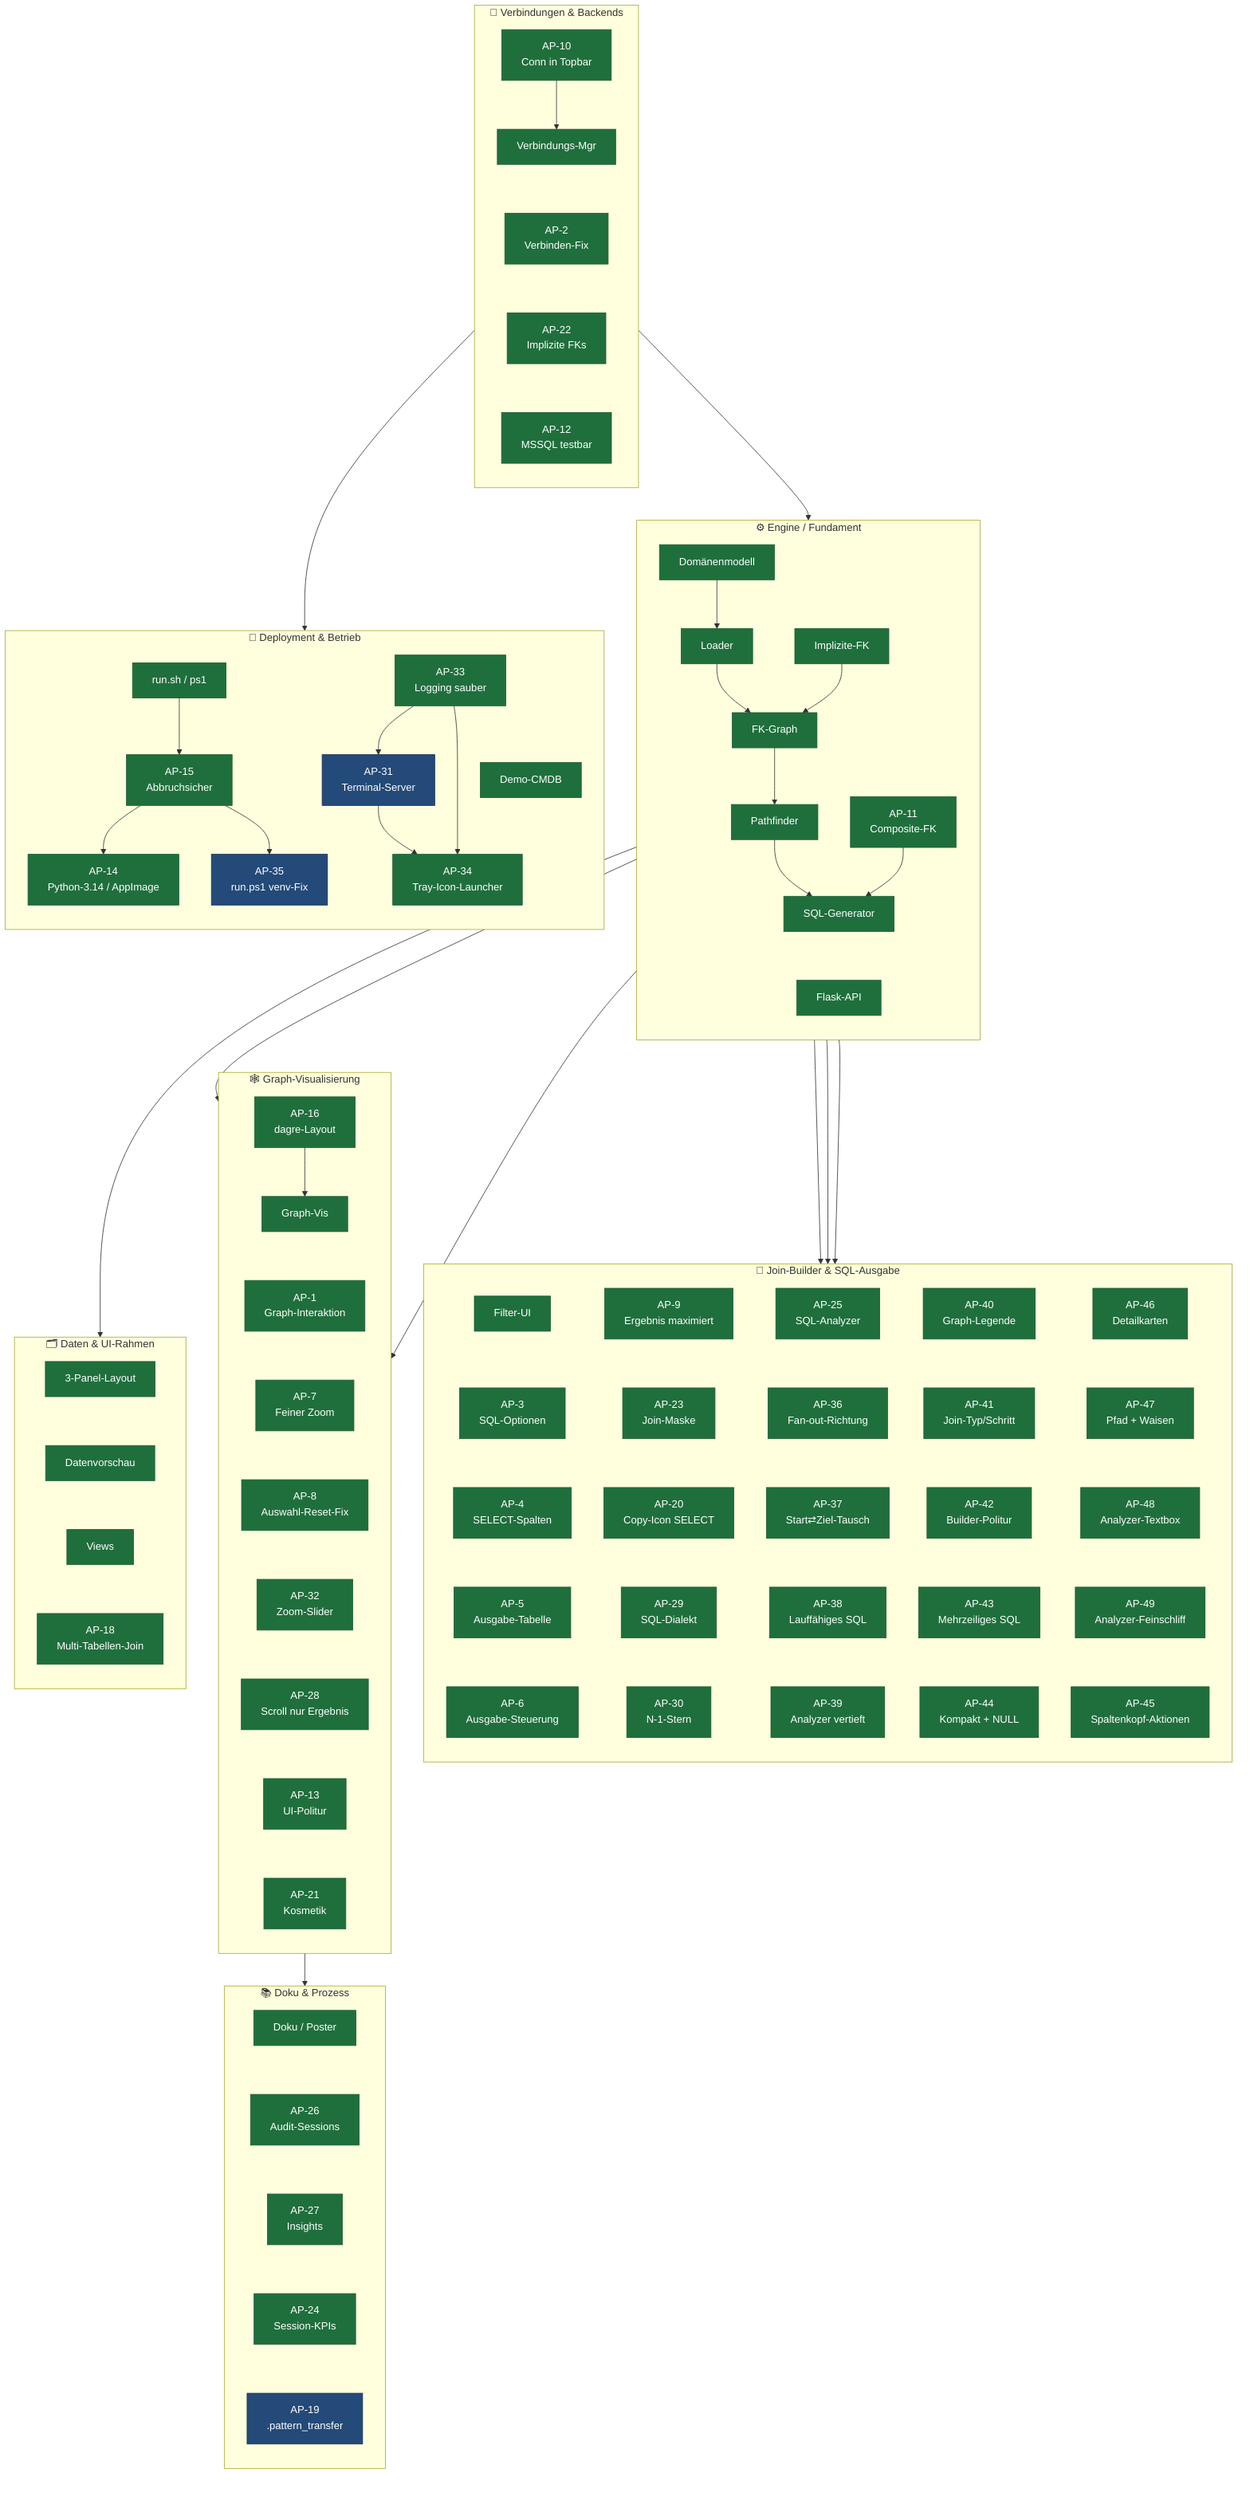
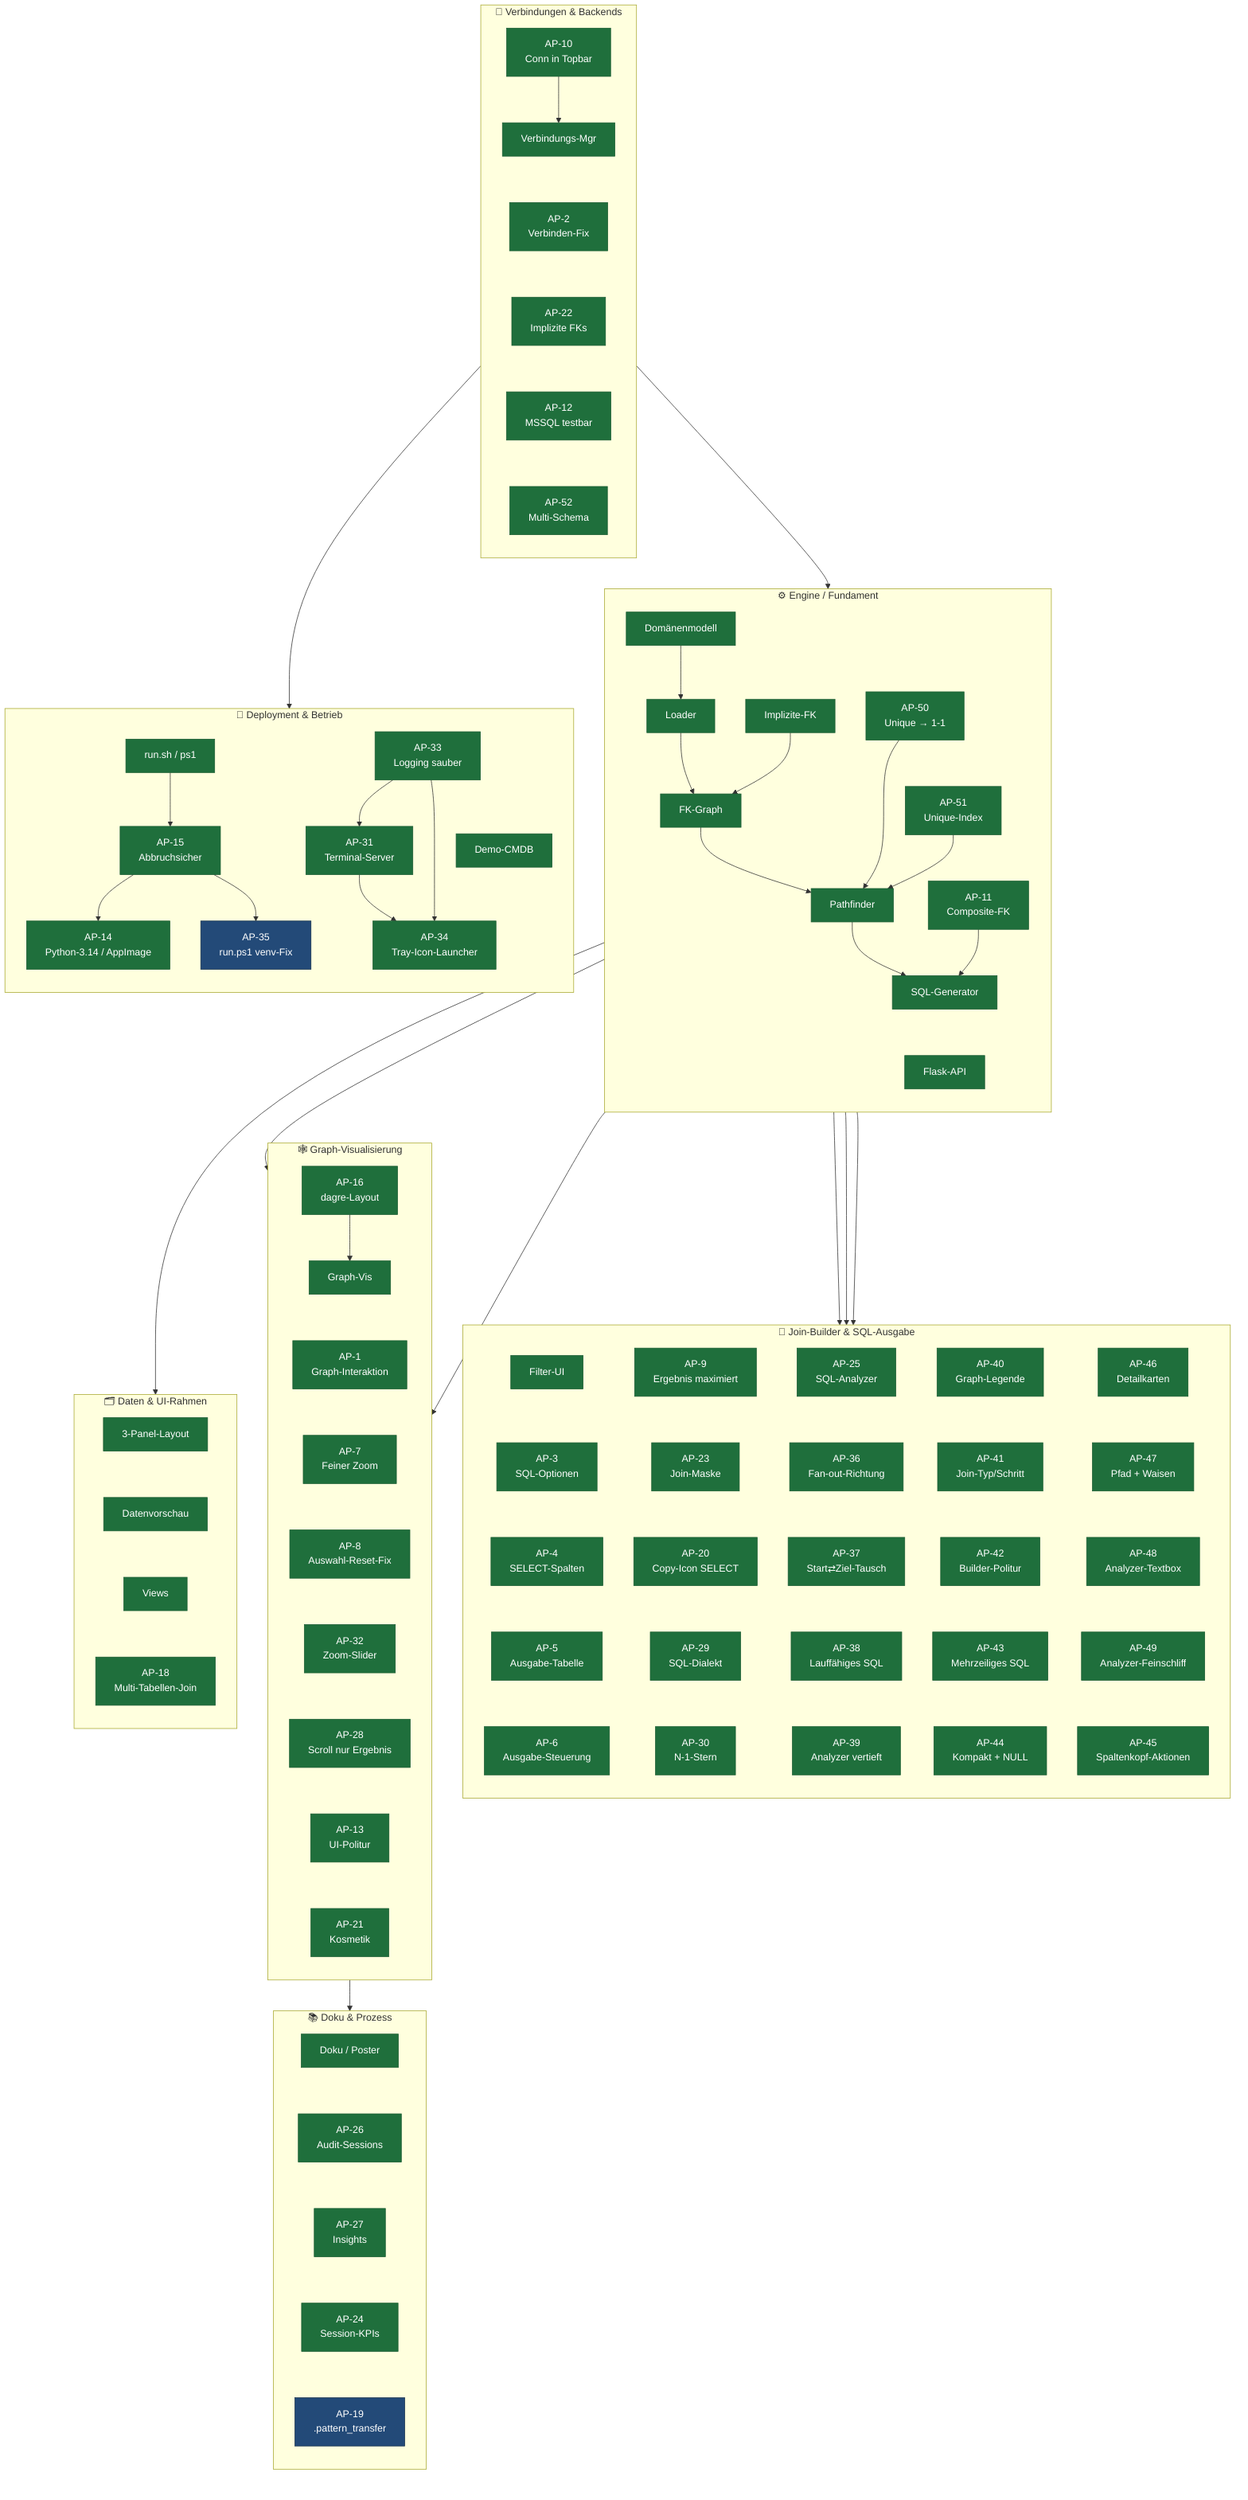
flowchart TB
    classDef done fill:#1f6f3c,color:#fff,stroke:#1a5c32,stroke-width:1px
    classDef plan fill:#234a78,color:#fff,stroke:#16314f,stroke-width:1px

    %% ── C1 · Engine / Fundament ──────────────────────────────────────────
    subgraph C1["⚙️  Engine / Fundament"]
        direction TB
        E1["Domänenmodell"]
        E2["Loader"]
        E3["FK-Graph"]
        E4["Pathfinder"]
        E5["SQL-Generator"]
        E6["Flask-API"]
        E7["AP-11\nComposite-FK"]
        E8["Implizite-FK"]
+         E9["AP-50\nUnique → 1-1"]
+         E10["AP-51\nUnique-Index"]
        E1 --> E2 --> E3 --> E4 --> E5
        E7 --> E5
        E8 --> E3
+         E9 --> E4
+         E10 --> E4
        E5 ~~~ E6
+         E9 ~~~ E10
    end

    %% ── C2 · Verbindungen & Backends ─────────────────────────────────────
    subgraph C2["🔌  Verbindungen & Backends"]
        direction TB
        V1["Verbindungs-Mgr"]
        V2["AP-2\nVerbinden-Fix"]
        V3["AP-10\nConn in Topbar"]
        V4["AP-12\nMSSQL testbar"]
        V5["AP-22\nImplizite FKs"]
+         V6["AP-52\nMulti-Schema"]
        V3 --> V1
-         V1 ~~~ V2 ~~~ V5 ~~~ V4
+         V1 ~~~ V2 ~~~ V5 ~~~ V4 ~~~ V6
    end

    %% ── C3 · Join-Builder & SQL-Ausgabe ──────────────────────────────────
    subgraph C3["🧩  Join-Builder & SQL-Ausgabe"]
        direction TB
        J1["Filter-UI"]
        J2["AP-3\nSQL-Optionen"]
        J3["AP-4\nSELECT-Spalten"]
        J4["AP-5\nAusgabe-Tabelle"]
        J5["AP-6\nAusgabe-Steuerung"]
        J6["AP-9\nErgebnis maximiert"]
        J7["AP-23\nJoin-Maske"]
        J8["AP-20\nCopy-Icon SELECT"]
        J9["AP-29\nSQL-Dialekt"]
        J10["AP-30\nN-1-Stern"]
        J11["AP-25\nSQL-Analyzer"]
        J12["AP-36\nFan-out-Richtung"]
        J13["AP-37\nStart⇄Ziel-Tausch"]
        J14["AP-38\nLauffähiges SQL"]
        J15["AP-39\nAnalyzer vertieft"]
        J16["AP-40\nGraph-Legende"]
        J17["AP-41\nJoin-Typ/Schritt"]
        J18["AP-42\nBuilder-Politur"]
        J19["AP-43\nMehrzeiliges SQL"]
        J20["AP-44\nKompakt + NULL"]
        J21["AP-46\nDetailkarten"]
        J22["AP-47\nPfad + Waisen"]
        J23["AP-48\nAnalyzer-Textbox"]
        J24["AP-49\nAnalyzer-Feinschliff"]
        J25["AP-45\nSpaltenkopf-Aktionen"]
        %% In 5 parallele Spalten gepackt (statt einer 25-Boxen-Säule) → kompaktes Gitter
        J1 ~~~ J2 ~~~ J3 ~~~ J4 ~~~ J5
        J6 ~~~ J7 ~~~ J8 ~~~ J9 ~~~ J10
        J11 ~~~ J12 ~~~ J13 ~~~ J14 ~~~ J15
        J16 ~~~ J17 ~~~ J18 ~~~ J19 ~~~ J20
        J21 ~~~ J22 ~~~ J23 ~~~ J24 ~~~ J25
    end

    %% ── C4 · Graph-Visualisierung ────────────────────────────────────────
    subgraph C4["🕸️  Graph-Visualisierung"]
        direction TB
        G1["Graph-Vis"]
        G2["AP-1\nGraph-Interaktion"]
        G3["AP-7\nFeiner Zoom"]
        G4["AP-8\nAuswahl-Reset-Fix"]
        G5["AP-16\ndagre-Layout"]
        G6["AP-32\nZoom-Slider"]
        G7["AP-28\nScroll nur Ergebnis"]
        G8["AP-13\nUI-Politur"]
        G9["AP-21\nKosmetik"]
        G5 --> G1
        G1 ~~~ G2 ~~~ G3 ~~~ G4 ~~~ G6 ~~~ G7 ~~~ G8 ~~~ G9
    end

    %% ── C5 · Daten & UI-Rahmen ───────────────────────────────────────────
    subgraph C5["🗂️  Daten & UI-Rahmen"]
        direction TB
        D1["3-Panel-Layout"]
        D2["Datenvorschau"]
        D3["Views"]
        D4["AP-18\nMulti-Tabellen-Join"]
        D1 ~~~ D2 ~~~ D3 ~~~ D4
    end

    %% ── C6 · Deployment & Betrieb ────────────────────────────────────────
    subgraph C6["🚀  Deployment & Betrieb"]
        direction TB
        B1["Demo-CMDB"]
        B2["run.sh / ps1"]
        B3["AP-15\nAbbruchsicher"]
        B4["AP-14\nPython-3.14 / AppImage"]
        B5["AP-35\nrun.ps1 venv-Fix"]
        B7["AP-31\nTerminal-Server"]
        B8["AP-33\nLogging sauber"]
        B9["AP-34\nTray-Icon-Launcher"]
        B2 --> B3
        B3 --> B4
        B3 --> B5
        B8 --> B7
        B7 --> B9
        B8 --> B9
        B1 ~~~ B9
    end

    %% ── C7 · Doku & Prozess ──────────────────────────────────────────────
    subgraph C7["📚  Doku & Prozess"]
        direction TB
        K1["Doku / Poster"]
        K2["AP-26\nAudit-Sessions"]
        K3["AP-27\nInsights"]
        K5["AP-24\nSession-KPIs"]
        K4["AP-19\n.pattern_transfer"]
        K1 ~~~ K2 ~~~ K3 ~~~ K5 ~~~ K4
    end

    %% ── Cluster-übergreifende Abhängigkeiten ─────────────────────────────
    V1 --> E2
    E5 --> J1
    E5 --> J9
    E5 --> J11
    E4 --> G2
    E3 --> G1
    E6 --> D1
    V4 --> B7
    G5 --> K2

-     class E1,E2,E3,E4,E5,E6,E7,E8 done
-     class V1,V2,V3,V4,V5 done
+     class E1,E2,E3,E4,E5,E6,E7,E8,E9,E10 done
+     class V1,V2,V3,V4,V5,V6 done
    class J1,J2,J3,J4,J5,J6,J7,J8,J9,J10,J11,J12,J13,J14,J15,J16,J17,J18,J19,J20,J21,J22,J23,J24,J25 done
    class G1,G2,G3,G4,G5,G6,G7,G8,G9 done
    class D1,D2,D3,D4 done
-     class B1,B2,B3,B4,B8,B9 done
-     class B5,B7 plan
+     class B1,B2,B3,B4,B7,B8,B9 done
+     class B5 plan
    class K1,K2,K3,K5 done
    class K4 plan
